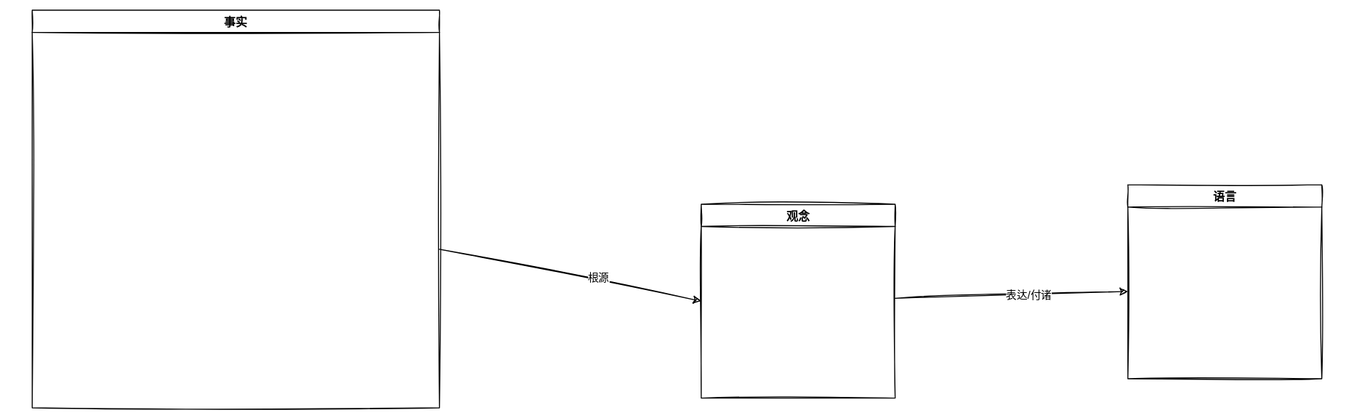
Earlier version of the draw.io export 笔记/工具/哲学/逻辑学/Untitled Diagram.svg (Echo-Yanglulu/obsidianPrivateNote). Source tidied: cells renumbered, new cells last; positions are measured from the earlier drawing's top-left corner, leaving out a move shared by most shapes. The source it was exported from:
```xml
<mxGraphModel>
  <root>
    <mxCell id="0" />
    <mxCell id="1" parent="0" />
    <mxCell id="2" style="edgeStyle=none;html=1;entryX=0;entryY=0.5;entryDx=0;entryDy=0;" parent="1" edge="1" source="4" target="7">
      <mxGeometry relative="1" as="geometry" />
    </mxCell>
    <mxCell id="3" value="根源" style="edgeLabel;html=1;align=center;verticalAlign=middle;" parent="2" vertex="1">
      <mxGeometry x="0.2" y="4" relative="1" as="geometry" />
    </mxCell>
    <mxCell id="4" value="事实" style="swimlane;" parent="1" vertex="1">
      <mxGeometry width="420" height="410" as="geometry" />
    </mxCell>
    <mxCell id="5" style="edgeStyle=none;html=1;" parent="1" edge="1" source="7">
      <mxGeometry relative="1" as="geometry">
        <mxPoint x="1130" y="290" as="targetPoint" />
      </mxGeometry>
    </mxCell>
    <mxCell id="6" value="表达/付诸" style="edgeLabel;html=1;align=center;verticalAlign=middle;" parent="5" vertex="1">
      <mxGeometry x="0.14" relative="1" as="geometry" />
    </mxCell>
    <mxCell id="7" value="观念" style="swimlane;" parent="1" vertex="1">
      <mxGeometry x="690" y="200" width="200" height="200" as="geometry" />
    </mxCell>
    <mxCell id="8" value="语言" style="swimlane;" parent="1" vertex="1">
      <mxGeometry x="1130" y="180" width="200" height="200" as="geometry" />
    </mxCell>
  </root>
</mxGraphModel>
```
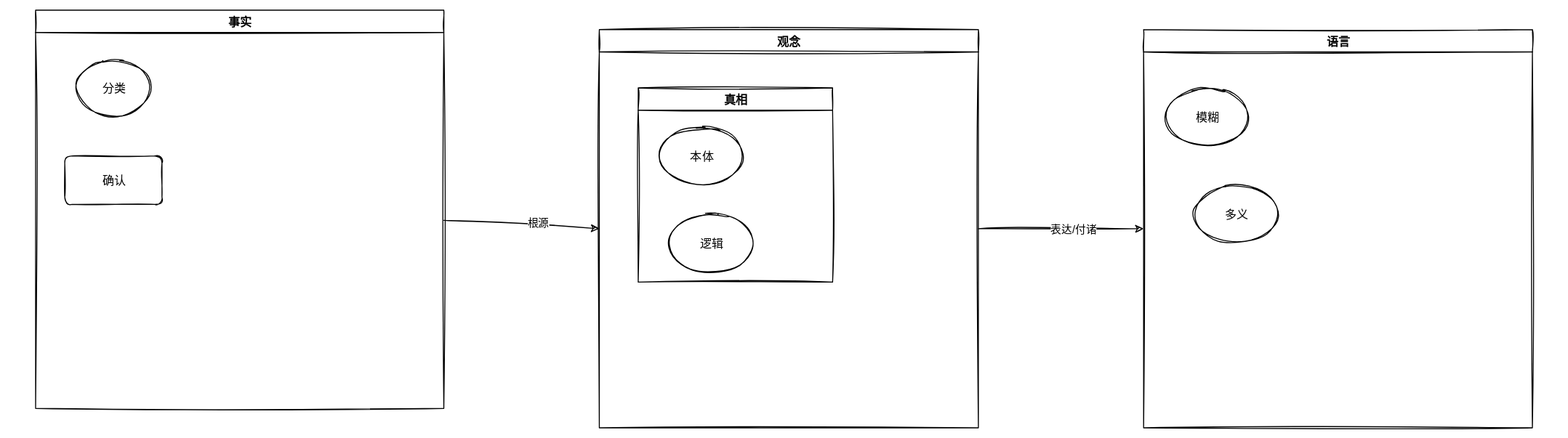
The same file after the commit.

Change to the diagram source:
```diff
@@ -11,19 +11,38 @@
     <mxCell id="4" value="事实" style="swimlane;" parent="1" vertex="1">
       <mxGeometry width="420" height="410" as="geometry" />
     </mxCell>
+    <mxCell id="9" value="确认" style="rounded=1;whiteSpace=wrap;html=1;" parent="4" vertex="1">
+      <mxGeometry x="30" y="150" width="100" height="50" as="geometry" />
+    </mxCell>
+    <mxCell id="10" value="分类" style="ellipse;whiteSpace=wrap;html=1;" parent="4" vertex="1">
+      <mxGeometry x="40" y="50" width="80" height="60" as="geometry" />
+    </mxCell>
-    <mxCell id="5" style="edgeStyle=none;html=1;" parent="1" edge="1" source="7">
-      <mxGeometry relative="1" as="geometry">
-        <mxPoint x="1130" y="290" as="targetPoint" />
-      </mxGeometry>
+    <mxCell id="5" style="edgeStyle=none;html=1;entryX=0;entryY=0.5;entryDx=0;entryDy=0;" parent="1" edge="1" source="7" target="8">
+      <mxGeometry relative="1" as="geometry" />
     </mxCell>
     <mxCell id="6" value="表达/付诸" style="edgeLabel;html=1;align=center;verticalAlign=middle;" parent="5" vertex="1">
       <mxGeometry x="0.14" relative="1" as="geometry" />
     </mxCell>
     <mxCell id="7" value="观念" style="swimlane;" parent="1" vertex="1">
-      <mxGeometry x="690" y="200" width="200" height="200" as="geometry" />
+      <mxGeometry x="580" y="20" width="390" height="410" as="geometry" />
     </mxCell>
+    <mxCell id="11" value="真相" style="swimlane;" parent="7" vertex="1">
+      <mxGeometry x="40" y="60" width="200" height="200" as="geometry" />
+    </mxCell>
+    <mxCell id="12" value="本体" style="ellipse;whiteSpace=wrap;html=1;" parent="11" vertex="1">
+      <mxGeometry x="20" y="40" width="90" height="60" as="geometry" />
+    </mxCell>
+    <mxCell id="13" value="逻辑" style="ellipse;whiteSpace=wrap;html=1;" parent="11" vertex="1">
+      <mxGeometry x="30" y="130" width="90" height="60" as="geometry" />
+    </mxCell>
     <mxCell id="8" value="语言" style="swimlane;" parent="1" vertex="1">
-      <mxGeometry x="1130" y="180" width="200" height="200" as="geometry" />
+      <mxGeometry x="1140" y="20" width="400" height="410" as="geometry" />
     </mxCell>
+    <mxCell id="14" value="模糊" style="ellipse;whiteSpace=wrap;html=1;" parent="8" vertex="1">
+      <mxGeometry x="20" y="60" width="90" height="60" as="geometry" />
+    </mxCell>
+    <mxCell id="15" value="多义" style="ellipse;whiteSpace=wrap;html=1;" parent="8" vertex="1">
+      <mxGeometry x="50" y="160" width="90" height="60" as="geometry" />
+    </mxCell>
   </root>
 </mxGraphModel>
```
